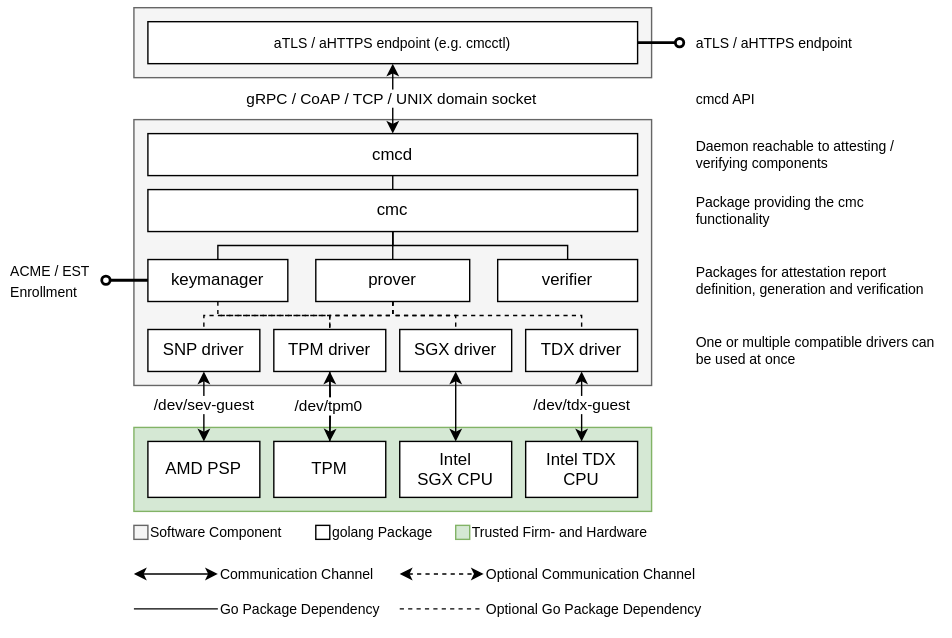
The draw.io diagram doc/diagrams/architecture.drawio.svg in Fraunhofer-AISEC/cmc, before a commit. Source tidied: cells renumbered, new cells last; positions are measured from the earlier drawing's top-left corner, leaving out a move shared by most shapes.
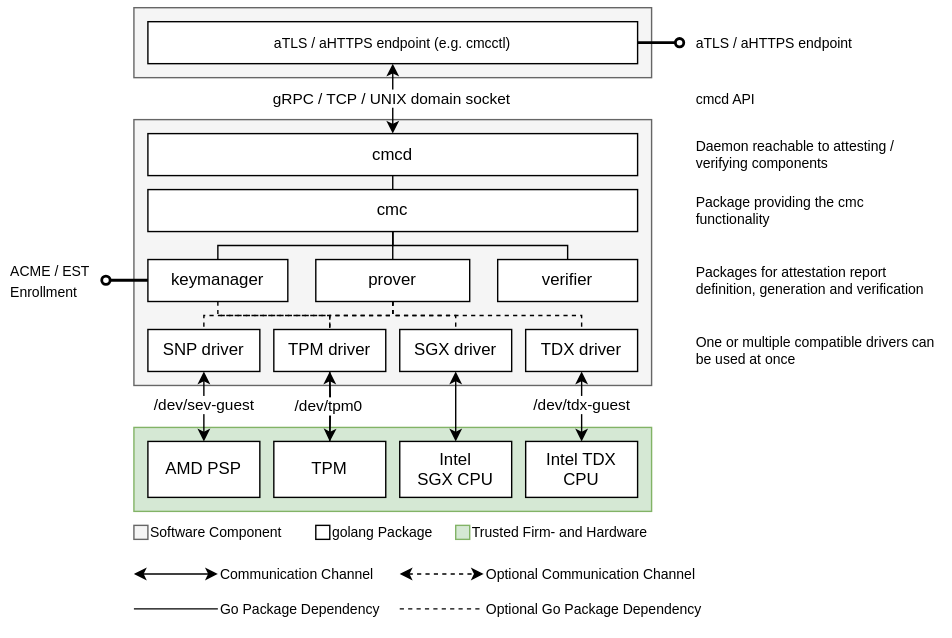
Above is the later version.

Diff of the diagram source:
```diff
@@ -199,7 +199,7 @@
     <mxCell id="52" style="endArrow=classic;startArrow=classic;html=1;rounded=0;entryX=0.5;entryY=1;entryDx=0;entryDy=0;exitX=0.5;exitY=0;exitDx=0;exitDy=0;" parent="1" edge="1" source="43" target="9">
       <mxGeometry relative="1" as="geometry" />
     </mxCell>
-    <mxCell id="53" value="gRPC / CoAP / TCP / UNIX domain socket" style="edgeLabel;html=1;align=center;verticalAlign=middle;" parent="52" vertex="1">
+    <mxCell id="53" value="gRPC / TCP / UNIX domain socket" style="edgeLabel;html=1;align=center;verticalAlign=middle;" parent="52" vertex="1">
       <mxGeometry x="0.03" y="1" relative="1" as="geometry" />
     </mxCell>
     <mxCell id="54" value="Packages for attestation report definition, generation and verification" style="text;html=1;strokeColor=none;fillColor=none;align=left;verticalAlign=middle;whiteSpace=wrap;rounded=0;fontSize=10;" parent="1" vertex="1">
```
